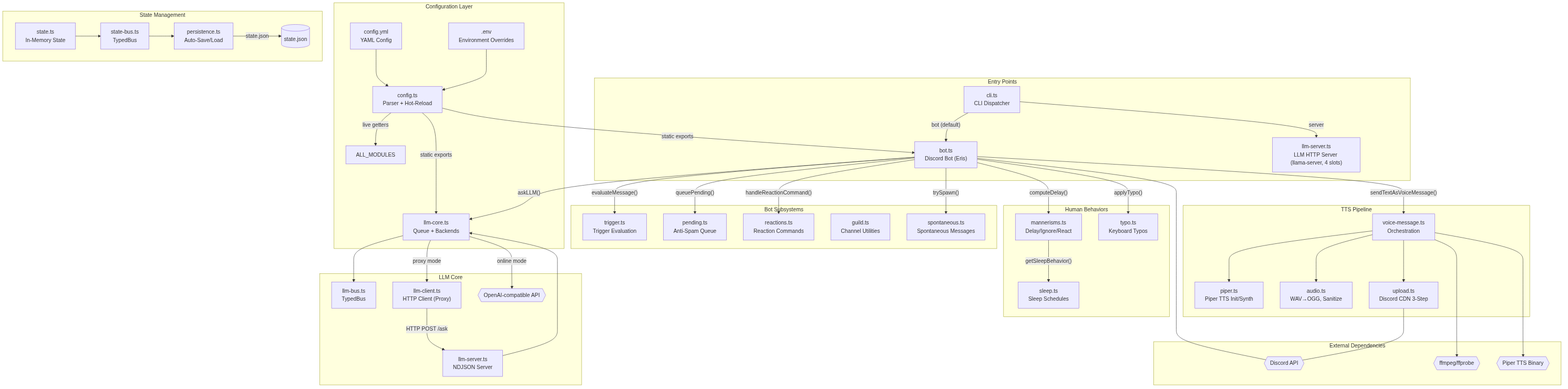
The Mermaid diagram state-machines/output/01-architecture-overview.png in protocol-luna/krystal, before a commit. Its source is kept beside it as state-machines/01-architecture-overview.mmd.
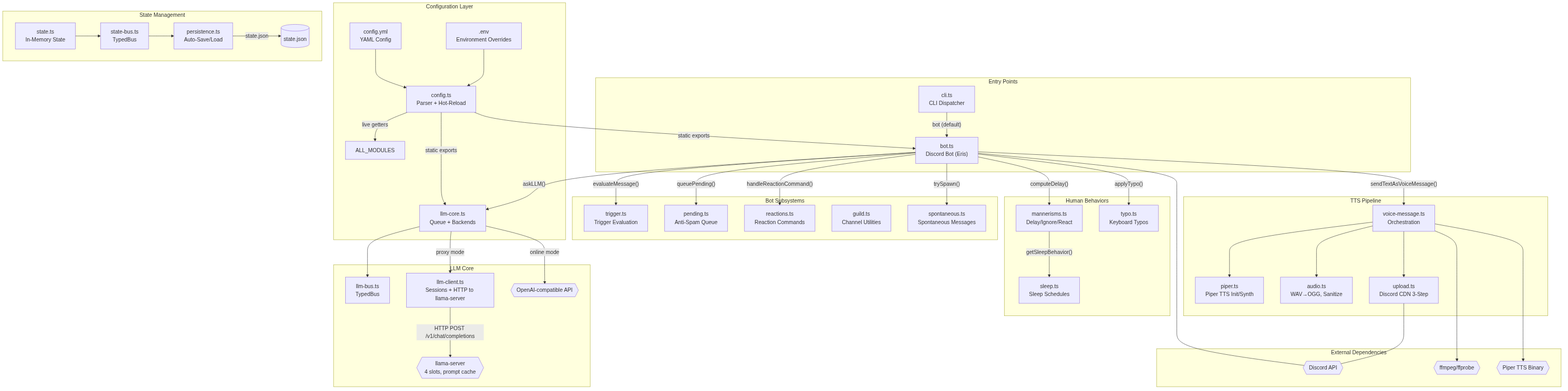
The same diagram one commit later.

The edit, as a diff of the source:
```diff
@@ -1,7 +1,6 @@
 graph TB
     subgraph "Entry Points"
         CLI["cli.ts<br/>CLI Dispatcher"] -->|"bot (default)"| BOT["bot.ts<br/>Discord Bot (Eris)"]
-        CLI -->|"server"| SRV["llm-server.ts<br/>LLM HTTP Server (llama‑server, 4 slots)"]
     end
 
     subgraph "Configuration Layer"
@@ -15,13 +14,12 @@
     subgraph "LLM Core"
         LLMCORE["llm-core.ts<br/>Queue + Backends"]
         LLMBUS["llm-bus.ts<br/>TypedBus<LLMEvents>"]
-        LLMCLIENT["llm-client.ts<br/>HTTP Client (Proxy)"]
-        LLMSRV["llm-server.ts<br/>NDJSON Server"]
+        LLMCLIENT["llm-client.ts<br/>Sessions + HTTP to llama‑server"]
+        LLMSRV{{"llama‑server<br/>4 slots, prompt cache"}}
 
         LLMCORE --> LLMBUS
         LLMCORE -->|"proxy mode"| LLMCLIENT
-        LLMCLIENT -->|"HTTP POST /ask"| LLMSRV
-        LLMSRV --> LLMCORE
+        LLMCLIENT -->|"HTTP POST /v1/chat/completions"| LLMSRV
         LLMCORE -->|"online mode"| API{{"OpenAI-compatible API"}}
     end
 
```
